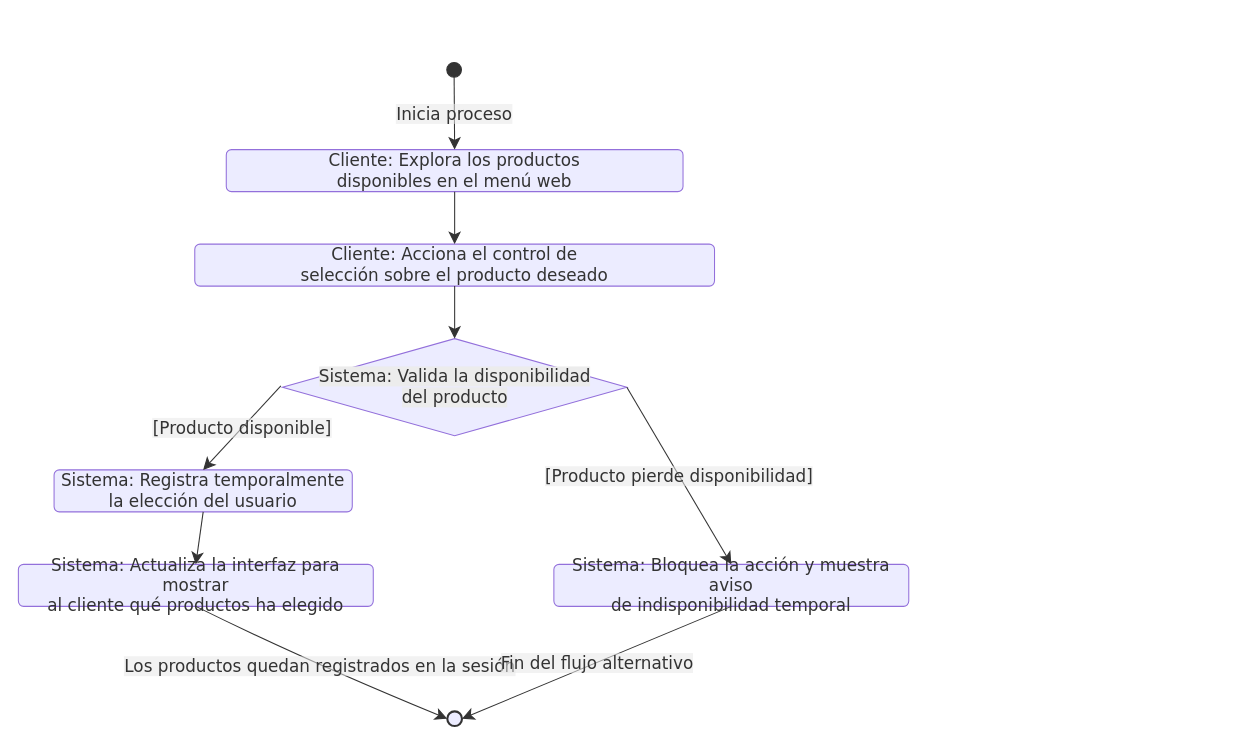
This is page "RF03" (3 of 5) of Diagramas/Casos de uso.drawio from CanelaFeliz/ProyectoPPI115, a draw.io file, before an edit. Source tidied: cells renumbered, new cells numbered last; positions are measured from the earlier drawing's top-left corner, leaving out a move shared by most shapes. Both pictures are drawn from the tidied source at 105%, with x=0, y=0 at pixel (18, 62).
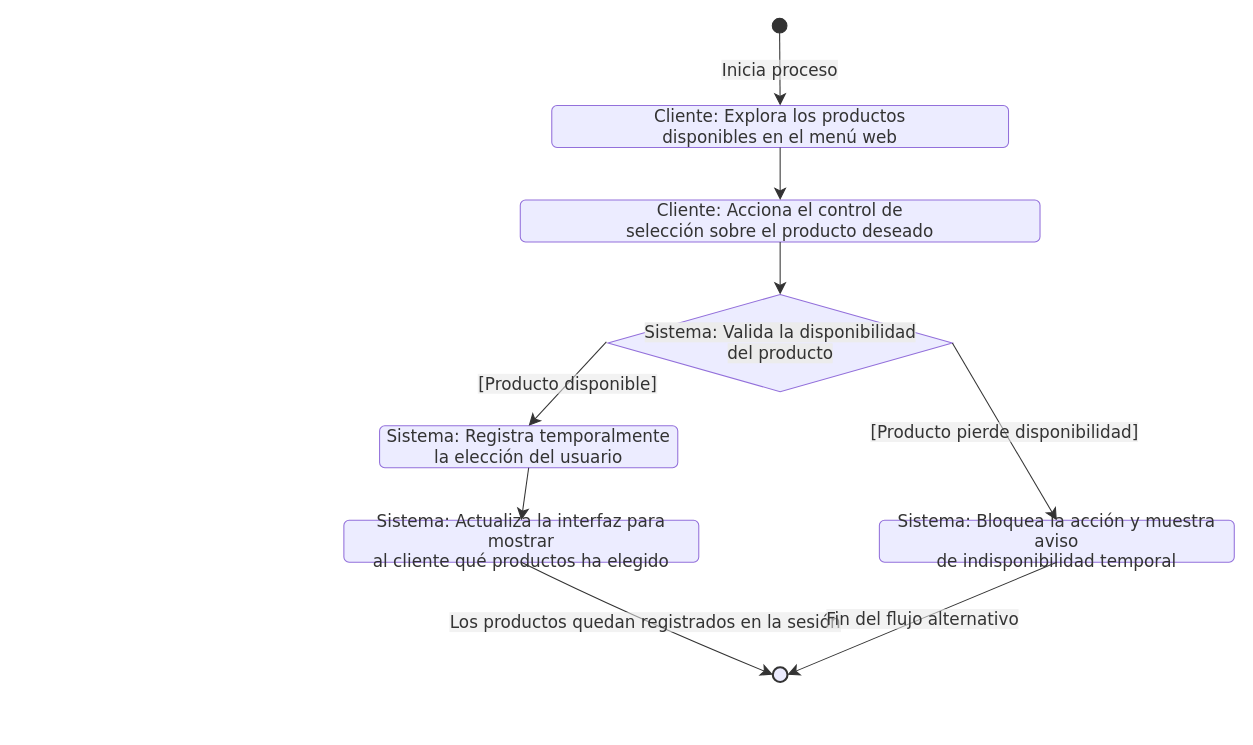
The same page after the edit.

What changed in the source:
```diff
@@
+    <mxCell id="18" style="group;" parent="1" vertex="1">
+      <mxGeometry x="310" y="-42" width="848" height="632" as="geometry" />
+    </mxCell>
-    <mxCell id="2" value="&lt;span style=&quot;color: rgb(51, 51, 51); font-family: &amp;quot;Trebuchet MS&amp;quot;, Verdana, Arial, sans-serif; font-size: 16px; font-style: normal; font-variant-ligatures: normal; font-variant-caps: normal; font-weight: 400; letter-spacing: normal; orphans: 2; text-align: center; text-indent: 0px; text-transform: none; widows: 2; word-spacing: 0px; -webkit-text-stroke-width: 0px; white-space: normal; background-color: rgb(236, 236, 236); text-decoration-thickness: initial; text-decoration-style: initial; text-decoration-color: initial; float: none; display: inline !important;&quot;&gt;Sistema: Valida la disponibilidad&lt;/span&gt;&lt;div&gt;&lt;span style=&quot;color: rgb(51, 51, 51); font-family: &amp;quot;Trebuchet MS&amp;quot;, Verdana, Arial, sans-serif; font-size: 16px; font-style: normal; font-variant-ligatures: normal; font-variant-caps: normal; font-weight: 400; letter-spacing: normal; orphans: 2; text-align: center; text-indent: 0px; text-transform: none; widows: 2; word-spacing: 0px; -webkit-text-stroke-width: 0px; white-space: normal; background-color: rgb(236, 236, 236); text-decoration-thickness: initial; text-decoration-style: initial; text-decoration-color: initial; float: none; display: inline !important;&quot;&gt;del producto&lt;/span&gt;&lt;/div&gt;" style="rhombus;html=1;strokeWidth=1;whiteSpace=wrap;fillColor=light-dark(#ECECFF,#1f2020);strokeColor=light-dark(#9370DB,#cccccc);fontColor=light-dark(#333333,#cccccc);fontFamily=Trebuchet MS,Verdana,Arial,sans-serif;fontSize=16;" parent="1" vertex="1">
+    <mxCell id="2" value="&lt;span style=&quot;color: rgb(51, 51, 51); font-family: &amp;quot;Trebuchet MS&amp;quot;, Verdana, Arial, sans-serif; font-size: 16px; font-style: normal; font-variant-ligatures: normal; font-variant-caps: normal; font-weight: 400; letter-spacing: normal; orphans: 2; text-align: center; text-indent: 0px; text-transform: none; widows: 2; word-spacing: 0px; -webkit-text-stroke-width: 0px; white-space: normal; background-color: rgb(236, 236, 236); text-decoration-thickness: initial; text-decoration-style: initial; text-decoration-color: initial; float: none; display: inline !important;&quot;&gt;Sistema: Valida la disponibilidad&lt;/span&gt;&lt;div&gt;&lt;span style=&quot;color: rgb(51, 51, 51); font-family: &amp;quot;Trebuchet MS&amp;quot;, Verdana, Arial, sans-serif; font-size: 16px; font-style: normal; font-variant-ligatures: normal; font-variant-caps: normal; font-weight: 400; letter-spacing: normal; orphans: 2; text-align: center; text-indent: 0px; text-transform: none; widows: 2; word-spacing: 0px; -webkit-text-stroke-width: 0px; white-space: normal; background-color: rgb(236, 236, 236); text-decoration-thickness: initial; text-decoration-style: initial; text-decoration-color: initial; float: none; display: inline !important;&quot;&gt;del producto&lt;/span&gt;&lt;/div&gt;" style="rhombus;html=1;strokeWidth=1;whiteSpace=wrap;fillColor=light-dark(#ECECFF,#1f2020);strokeColor=light-dark(#9370DB,#cccccc);fontColor=light-dark(#333333,#cccccc);fontFamily=Trebuchet MS,Verdana,Arial,sans-serif;fontSize=16;" parent="18" vertex="1">
       <mxGeometry x="251.5" y="263" width="328" height="92.5" as="geometry" />
     </mxCell>
-    <mxCell id="3" style="ellipse;html=1;fillColor=light-dark(#333333,#cccccc);strokeColor=light-dark(#333333,#cccccc);fontColor=light-dark(#333333,#cccccc);fontFamily=Trebuchet MS,Verdana,Arial,sans-serif;fontSize=16;" parent="1" vertex="1">
+    <mxCell id="3" style="ellipse;html=1;fillColor=light-dark(#333333,#cccccc);strokeColor=light-dark(#333333,#cccccc);fontColor=light-dark(#333333,#cccccc);fontFamily=Trebuchet MS,Verdana,Arial,sans-serif;fontSize=16;" parent="18" vertex="1">
       <mxGeometry x="408" width="14" height="14" as="geometry" />
     </mxCell>
-    <mxCell id="4" value="Cliente: Explora los productos&lt;div&gt;disponibles en el menú web&lt;/div&gt;" style="rounded=1;absoluteArcSize=1;arcSize=10;html=1;whiteSpace=wrap;strokeWidth=1;fillColor=light-dark(#ECECFF,#1f2020);strokeColor=light-dark(#9370DB,#cccccc);fontColor=light-dark(#333333,#cccccc);fontFamily=Trebuchet MS,Verdana,Arial,sans-serif;fontSize=16;" parent="1" vertex="1">
+    <mxCell id="4" value="Cliente: Explora los productos&lt;div&gt;disponibles en el menú web&lt;/div&gt;" style="rounded=1;absoluteArcSize=1;arcSize=10;html=1;whiteSpace=wrap;strokeWidth=1;fillColor=light-dark(#ECECFF,#1f2020);strokeColor=light-dark(#9370DB,#cccccc);fontColor=light-dark(#333333,#cccccc);fontFamily=Trebuchet MS,Verdana,Arial,sans-serif;fontSize=16;" parent="18" vertex="1">
       <mxGeometry x="198" y="83" width="435" height="40" as="geometry" />
     </mxCell>
-    <mxCell id="5" value="Cliente: Acciona el control de&lt;div&gt;selección sobre el producto deseado&lt;/div&gt;" style="rounded=1;absoluteArcSize=1;arcSize=10;html=1;whiteSpace=wrap;strokeWidth=1;fillColor=light-dark(#ECECFF,#1f2020);strokeColor=light-dark(#9370DB,#cccccc);fontColor=light-dark(#333333,#cccccc);fontFamily=Trebuchet MS,Verdana,Arial,sans-serif;fontSize=16;" parent="1" vertex="1">
+    <mxCell id="5" value="Cliente: Acciona el control de&lt;div&gt;selección sobre el producto deseado&lt;/div&gt;" style="rounded=1;absoluteArcSize=1;arcSize=10;html=1;whiteSpace=wrap;strokeWidth=1;fillColor=light-dark(#ECECFF,#1f2020);strokeColor=light-dark(#9370DB,#cccccc);fontColor=light-dark(#333333,#cccccc);fontFamily=Trebuchet MS,Verdana,Arial,sans-serif;fontSize=16;" parent="18" vertex="1">
       <mxGeometry x="168" y="173" width="495" height="40" as="geometry" />
     </mxCell>
-    <mxCell id="6" value="Sistema: Registra temporalmente&lt;div&gt;la elección del usuario&lt;/div&gt;" style="rounded=1;absoluteArcSize=1;arcSize=10;html=1;whiteSpace=wrap;strokeWidth=1;fillColor=light-dark(#ECECFF,#1f2020);strokeColor=light-dark(#9370DB,#cccccc);fontColor=light-dark(#333333,#cccccc);fontFamily=Trebuchet MS,Verdana,Arial,sans-serif;fontSize=16;" parent="1" vertex="1">
+    <mxCell id="6" value="Sistema: Registra temporalmente&lt;div&gt;la elección del usuario&lt;/div&gt;" style="rounded=1;absoluteArcSize=1;arcSize=10;html=1;whiteSpace=wrap;strokeWidth=1;fillColor=light-dark(#ECECFF,#1f2020);strokeColor=light-dark(#9370DB,#cccccc);fontColor=light-dark(#333333,#cccccc);fontFamily=Trebuchet MS,Verdana,Arial,sans-serif;fontSize=16;" parent="18" vertex="1">
       <mxGeometry x="34" y="388" width="284" height="40" as="geometry" />
     </mxCell>
-    <mxCell id="7" value="Sistema: Actualiza la interfaz para mostrar&lt;div&gt;al cliente qué productos ha elegido&lt;/div&gt;" style="rounded=1;absoluteArcSize=1;arcSize=10;html=1;whiteSpace=wrap;strokeWidth=1;fillColor=light-dark(#ECECFF,#1f2020);strokeColor=light-dark(#9370DB,#cccccc);fontColor=light-dark(#333333,#cccccc);fontFamily=Trebuchet MS,Verdana,Arial,sans-serif;fontSize=16;" parent="1" vertex="1">
+    <mxCell id="7" value="Sistema: Actualiza la interfaz para mostrar&lt;div&gt;al cliente qué productos ha elegido&lt;/div&gt;" style="rounded=1;absoluteArcSize=1;arcSize=10;html=1;whiteSpace=wrap;strokeWidth=1;fillColor=light-dark(#ECECFF,#1f2020);strokeColor=light-dark(#9370DB,#cccccc);fontColor=light-dark(#333333,#cccccc);fontFamily=Trebuchet MS,Verdana,Arial,sans-serif;fontSize=16;" parent="18" vertex="1">
       <mxGeometry y="478" width="338" height="40" as="geometry" />
     </mxCell>
-    <mxCell id="8" value="Sistema: Bloquea la acción y muestra aviso&lt;div&gt;de indisponibilidad temporal&lt;/div&gt;" style="rounded=1;absoluteArcSize=1;arcSize=10;html=1;whiteSpace=wrap;strokeWidth=1;fillColor=light-dark(#ECECFF,#1f2020);strokeColor=light-dark(#9370DB,#cccccc);fontColor=light-dark(#333333,#cccccc);fontFamily=Trebuchet MS,Verdana,Arial,sans-serif;fontSize=16;" parent="1" vertex="1">
+    <mxCell id="8" value="Sistema: Bloquea la acción y muestra aviso&lt;div&gt;de indisponibilidad temporal&lt;/div&gt;" style="rounded=1;absoluteArcSize=1;arcSize=10;html=1;whiteSpace=wrap;strokeWidth=1;fillColor=light-dark(#ECECFF,#1f2020);strokeColor=light-dark(#9370DB,#cccccc);fontColor=light-dark(#333333,#cccccc);fontFamily=Trebuchet MS,Verdana,Arial,sans-serif;fontSize=16;" parent="18" vertex="1">
       <mxGeometry x="510" y="478" width="338" height="40" as="geometry" />
     </mxCell>
-    <mxCell id="9" style="ellipse;html=1;fillColor=light-dark(#ECECFF,#1f2020);strokeColor=light-dark(#333333,#cccccc);strokeWidth=2;centerRadius=4;centerColor=light-dark(#9370DB,#cccccc);fontColor=light-dark(#333333,#cccccc);fontFamily=Trebuchet MS,Verdana,Arial,sans-serif;fontSize=16;" parent="1" vertex="1">
+    <mxCell id="9" style="ellipse;html=1;fillColor=light-dark(#ECECFF,#1f2020);strokeColor=light-dark(#333333,#cccccc);strokeWidth=2;centerRadius=4;centerColor=light-dark(#9370DB,#cccccc);fontColor=light-dark(#333333,#cccccc);fontFamily=Trebuchet MS,Verdana,Arial,sans-serif;fontSize=16;" parent="18" vertex="1">
       <mxGeometry x="408.5" y="618" width="14" height="14" as="geometry" />
     </mxCell>
-    <mxCell id="10" value="Inicia proceso" style="curved=1;startArrow=none;endArrow=classic;endSize=9;fillColor=none;strokeColor=light-dark(#333333,#cccccc);html=1;fontSize=16;labelBackgroundColor=#E8E8E88D;fontFamily=Trebuchet MS,Verdana,Arial,sans-serif;fontColor=light-dark(#333333,#cccccc);exitX=0.5;exitY=1;entryX=0.5;entryY=0;rounded=0;" parent="1" edge="1" source="3" target="4">
+    <mxCell id="10" value="Inicia proceso" style="curved=1;startArrow=none;endArrow=classic;endSize=9;fillColor=none;strokeColor=light-dark(#333333,#cccccc);html=1;fontSize=16;labelBackgroundColor=#E8E8E88D;fontFamily=Trebuchet MS,Verdana,Arial,sans-serif;fontColor=light-dark(#333333,#cccccc);exitX=0.5;exitY=1;entryX=0.5;entryY=0;rounded=0;" parent="18" edge="1" source="3" target="4">
       <mxGeometry relative="1" as="geometry" />
     </mxCell>
-    <mxCell id="11" style="curved=1;startArrow=none;endArrow=classic;endSize=9;fillColor=none;strokeColor=light-dark(#333333,#cccccc);exitX=0.5;exitY=1;entryX=0.5;entryY=0;rounded=0;" parent="1" edge="1" source="4" target="5">
+    <mxCell id="11" style="curved=1;startArrow=none;endArrow=classic;endSize=9;fillColor=none;strokeColor=light-dark(#333333,#cccccc);exitX=0.5;exitY=1;entryX=0.5;entryY=0;rounded=0;" parent="18" edge="1" source="4" target="5">
       <mxGeometry relative="1" as="geometry" />
     </mxCell>
-    <mxCell id="12" style="curved=1;startArrow=none;endArrow=classic;endSize=9;fillColor=none;strokeColor=light-dark(#333333,#cccccc);exitX=0.5;exitY=1;entryX=0.5;entryY=0;rounded=0;entryDx=0;entryDy=0;" parent="1" edge="1" source="5" target="2">
+    <mxCell id="12" style="curved=1;startArrow=none;endArrow=classic;endSize=9;fillColor=none;strokeColor=light-dark(#333333,#cccccc);exitX=0.5;exitY=1;entryX=0.5;entryY=0;rounded=0;entryDx=0;entryDy=0;" parent="18" edge="1" source="5" target="2">
       <mxGeometry relative="1" as="geometry" />
     </mxCell>
-    <mxCell id="13" value="[Producto disponible]" style="curved=1;startArrow=none;endArrow=classic;endSize=9;fillColor=none;strokeColor=light-dark(#333333,#cccccc);html=1;fontSize=16;labelBackgroundColor=#E8E8E88D;fontFamily=Trebuchet MS,Verdana,Arial,sans-serif;fontColor=light-dark(#333333,#cccccc);entryX=0.5;entryY=0;rounded=0;" parent="1" edge="1" target="6">
+    <mxCell id="13" value="[Producto disponible]" style="curved=1;startArrow=none;endArrow=classic;endSize=9;fillColor=none;strokeColor=light-dark(#333333,#cccccc);html=1;fontSize=16;labelBackgroundColor=#E8E8E88D;fontFamily=Trebuchet MS,Verdana,Arial,sans-serif;fontColor=light-dark(#333333,#cccccc);entryX=0.5;entryY=0;rounded=0;" parent="18" edge="1" target="6">
       <mxGeometry relative="1" as="geometry">
         <mxPoint x="250" y="308" as="sourcePoint" />
       </mxGeometry>
     </mxCell>
-    <mxCell id="14" value="[Producto pierde disponibilidad]" style="curved=1;startArrow=none;endArrow=classic;endSize=9;fillColor=none;strokeColor=light-dark(#333333,#cccccc);html=1;fontSize=16;labelBackgroundColor=#E8E8E88D;fontFamily=Trebuchet MS,Verdana,Arial,sans-serif;fontColor=light-dark(#333333,#cccccc);exitX=1;exitY=0.5;entryX=0.5;entryY=0;rounded=0;exitDx=0;exitDy=0;" parent="1" edge="1" source="2" target="8">
+    <mxCell id="14" value="[Producto pierde disponibilidad]" style="curved=1;startArrow=none;endArrow=classic;endSize=9;fillColor=none;strokeColor=light-dark(#333333,#cccccc);html=1;fontSize=16;labelBackgroundColor=#E8E8E88D;fontFamily=Trebuchet MS,Verdana,Arial,sans-serif;fontColor=light-dark(#333333,#cccccc);exitX=1;exitY=0.5;entryX=0.5;entryY=0;rounded=0;exitDx=0;exitDy=0;" parent="18" edge="1" source="2" target="8">
       <mxGeometry relative="1" as="geometry" />
     </mxCell>
-    <mxCell id="15" style="curved=1;startArrow=none;endArrow=classic;endSize=9;fillColor=none;strokeColor=light-dark(#333333,#cccccc);exitX=0.5;exitY=1;entryX=0.5;entryY=0;rounded=0;" parent="1" edge="1" source="6" target="7">
+    <mxCell id="15" style="curved=1;startArrow=none;endArrow=classic;endSize=9;fillColor=none;strokeColor=light-dark(#333333,#cccccc);exitX=0.5;exitY=1;entryX=0.5;entryY=0;rounded=0;" parent="18" edge="1" source="6" target="7">
       <mxGeometry relative="1" as="geometry" />
     </mxCell>
-    <mxCell id="16" value="Los productos quedan registrados en la sesión" style="curved=1;startArrow=none;endArrow=classic;endSize=9;fillColor=none;strokeColor=light-dark(#333333,#cccccc);html=1;fontSize=16;labelBackgroundColor=#E8E8E88D;fontFamily=Trebuchet MS,Verdana,Arial,sans-serif;fontColor=light-dark(#333333,#cccccc);exitX=0.5;exitY=1;entryX=0;entryY=0.43;rounded=0;" parent="1" edge="1" source="7" target="9">
+    <mxCell id="16" value="Los productos quedan registrados en la sesión" style="curved=1;startArrow=none;endArrow=classic;endSize=9;fillColor=none;strokeColor=light-dark(#333333,#cccccc);html=1;fontSize=16;labelBackgroundColor=#E8E8E88D;fontFamily=Trebuchet MS,Verdana,Arial,sans-serif;fontColor=light-dark(#333333,#cccccc);exitX=0.5;exitY=1;entryX=0;entryY=0.43;rounded=0;" parent="18" edge="1" source="7" target="9">
       <mxGeometry relative="1" as="geometry">
         <Array as="points">
           <mxPoint x="270" y="568" />
         </Array>
       </mxGeometry>
     </mxCell>
-    <mxCell id="17" value="Fin del flujo alternativo" style="curved=1;startArrow=none;endArrow=classic;endSize=9;fillColor=none;strokeColor=light-dark(#333333,#cccccc);html=1;fontSize=16;labelBackgroundColor=#E8E8E88D;fontFamily=Trebuchet MS,Verdana,Arial,sans-serif;fontColor=light-dark(#333333,#cccccc);exitX=0.5;exitY=1;entryX=1;entryY=0.43;rounded=0;" parent="1" edge="1" source="8" target="9">
+    <mxCell id="17" value="Fin del flujo alternativo" style="curved=1;startArrow=none;endArrow=classic;endSize=9;fillColor=none;strokeColor=light-dark(#333333,#cccccc);html=1;fontSize=16;labelBackgroundColor=#E8E8E88D;fontFamily=Trebuchet MS,Verdana,Arial,sans-serif;fontColor=light-dark(#333333,#cccccc);exitX=0.5;exitY=1;entryX=1;entryY=0.43;rounded=0;" parent="18" edge="1" source="8" target="9">
       <mxGeometry relative="1" as="geometry" />
     </mxCell>
```
